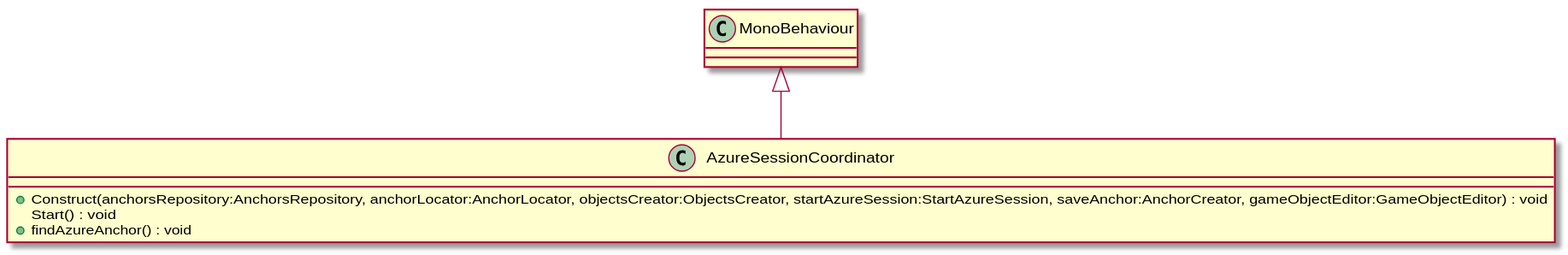
DeNatur/ProductionFloorVisualization keeps this PlantUML diagram as UML/Assets/Scripts/AzureSessionCoordinator.svg. Above is the earlier version.
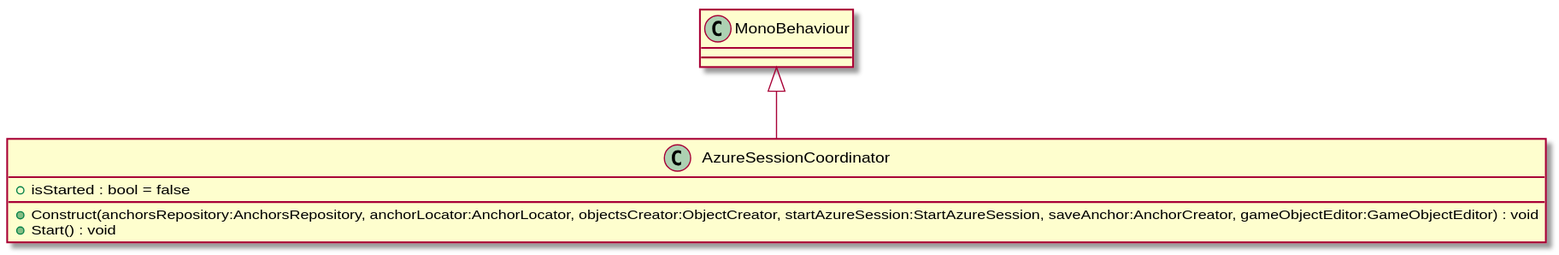
The same diagram one commit later.

Change to the diagram source:
```diff
@@ -1,8 +1,8 @@
 @startuml
 class AzureSessionCoordinator {
-    + Construct(anchorsRepository:AnchorsRepository, anchorLocator:AnchorLocator, objectsCreator:ObjectsCreator, startAzureSession:StartAzureSession, saveAnchor:AnchorCreator, gameObjectEditor:GameObjectEditor) : void
-    Start() : void
-    + findAzureAnchor() : void
+    + isStarted : bool = false
+    + Construct(anchorsRepository:AnchorsRepository, anchorLocator:AnchorLocator, objectsCreator:ObjectCreator, startAzureSession:StartAzureSession, saveAnchor:AnchorCreator, gameObjectEditor:GameObjectEditor) : void
+    + Start() : void
 }
 MonoBehaviour <|-- AzureSessionCoordinator
 @enduml
```
